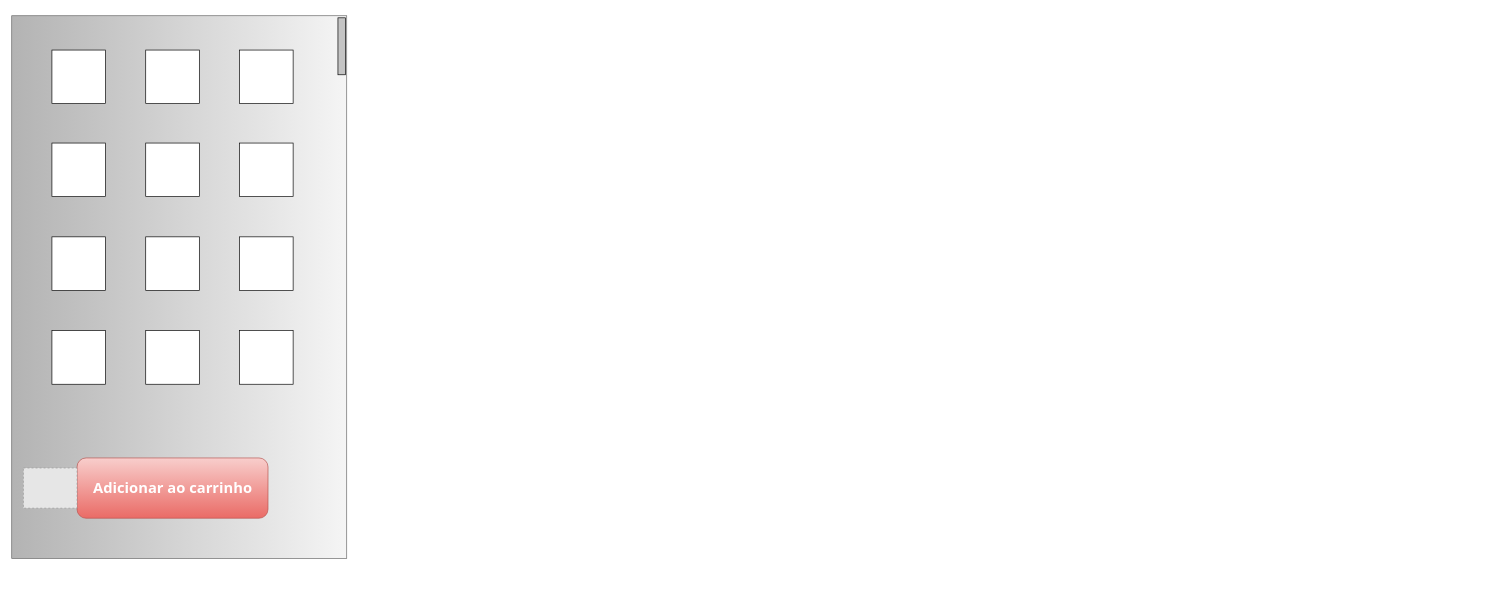
The draw.io diagram doc/COMPRA.drawio in H4KAIzin/Diagamas, before the edit. Source tidied: cells renumbered, new cells numbered last; positions are measured from the earlier drawing's top-left corner, leaving out a move shared by most shapes. Both pictures are drawn from the tidied source at 67%, with x=0, y=0 at pixel (-92, 42). Pictures stored in the file or linked from it are replaced by grey dashed boxes.
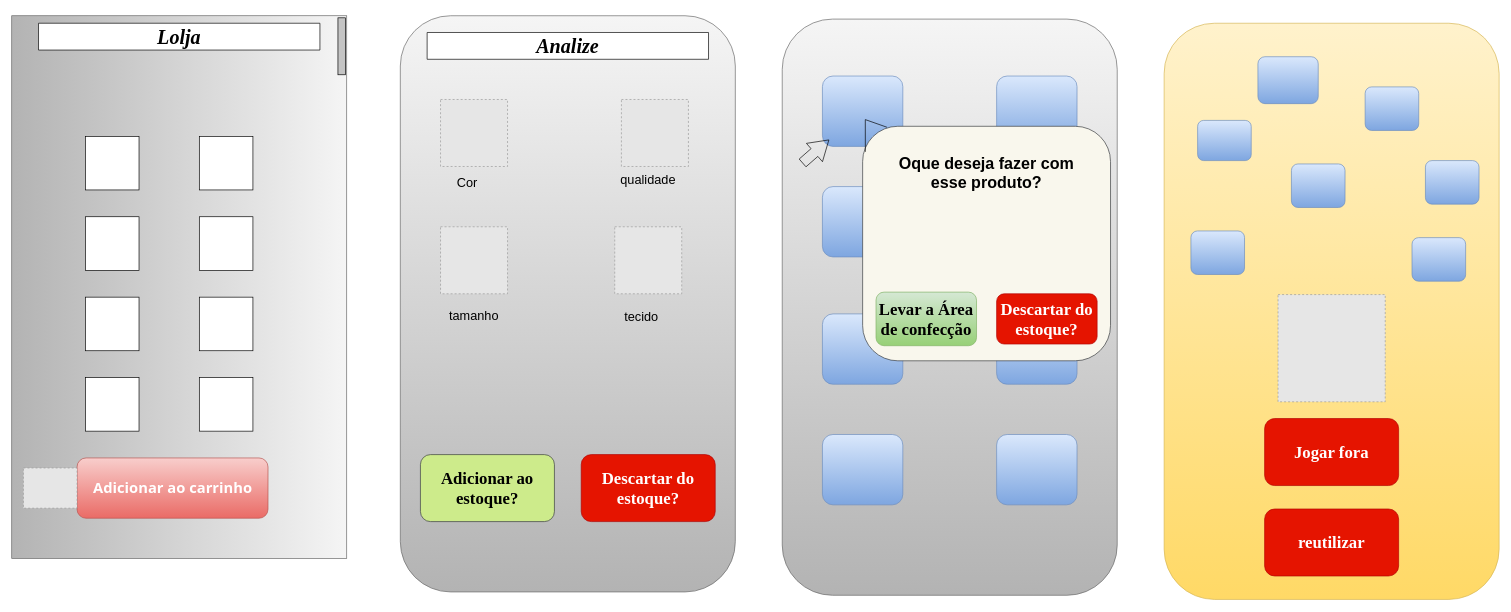
After the change.

Diff of the diagram source:
```diff
@@
     <mxCell id="4" style="whiteSpace=wrap;html=1;" parent="1" vertex="1">
-      <mxGeometry x="215" y="11.2" width="80" height="80" as="geometry" />
+      <mxGeometry x="265" y="140" width="80" height="80" as="geometry" />
     </mxCell>
     <mxCell id="5" style="whiteSpace=wrap;html=1;" parent="1" vertex="1">
-      <mxGeometry x="355" y="11.2" width="80" height="80" as="geometry" />
+      <mxGeometry x="435" y="140" width="80" height="80" as="geometry" />
     </mxCell>
-    <mxCell id="6" style="whiteSpace=wrap;html=1;" parent="1" vertex="1">
-      <mxGeometry x="495" y="11.2" width="80" height="80" as="geometry" />
-    </mxCell>
     <mxCell id="7" style="whiteSpace=wrap;html=1;" parent="1" vertex="1">
-      <mxGeometry x="215" y="150" width="80" height="80" as="geometry" />
+      <mxGeometry x="265" y="260" width="80" height="80" as="geometry" />
     </mxCell>
     <mxCell id="8" style="whiteSpace=wrap;html=1;" parent="1" vertex="1">
-      <mxGeometry x="355" y="150" width="80" height="80" as="geometry" />
+      <mxGeometry x="435" y="260" width="80" height="80" as="geometry" />
     </mxCell>
     <mxCell id="9" style="whiteSpace=wrap;html=1;" parent="1" vertex="1">
-      <mxGeometry x="355" y="430" width="80" height="80" as="geometry" />
+      <mxGeometry x="435" y="500" width="80" height="80" as="geometry" />
     </mxCell>
     <mxCell id="10" style="whiteSpace=wrap;html=1;" parent="1" vertex="1">
-      <mxGeometry x="215" y="430" width="80" height="80" as="geometry" />
+      <mxGeometry x="265" y="500" width="80" height="80" as="geometry" />
     </mxCell>
-    <mxCell id="11" style="whiteSpace=wrap;html=1;" parent="1" vertex="1">
-      <mxGeometry x="495" y="290" width="80" height="80" as="geometry" />
-    </mxCell>
     <mxCell id="12" style="whiteSpace=wrap;html=1;" parent="1" vertex="1">
-      <mxGeometry x="355" y="290" width="80" height="80" as="geometry" />
+      <mxGeometry x="435" y="380" width="80" height="80" as="geometry" />
     </mxCell>
     <mxCell id="13" style="whiteSpace=wrap;html=1;" parent="1" vertex="1">
-      <mxGeometry x="215" y="290" width="80" height="80" as="geometry" />
+      <mxGeometry x="265" y="380" width="80" height="80" as="geometry" />
     </mxCell>
-    <mxCell id="14" style="whiteSpace=wrap;html=1;" parent="1" vertex="1">
-      <mxGeometry x="495" y="150" width="80" height="80" as="geometry" />
-    </mxCell>
-    <mxCell id="15" style="whiteSpace=wrap;html=1;" parent="1" vertex="1">
-      <mxGeometry x="495" y="430" width="80" height="80" as="geometry" />
-    </mxCell>
@@
+    <mxCell id="18" style="rounded=1;whiteSpace=wrap;html=1;fillColor=#f5f5f5;gradientColor=#b3b3b3;strokeColor=#666666;" parent="1" vertex="1">
+      <mxGeometry x="735" y="-40" width="500" height="860" as="geometry" />
+    </mxCell>
+    <mxCell id="19" value="&lt;h1 style=&quot;font-size: 30px;&quot;&gt;&lt;font face=&quot;Times New Roman&quot;&gt;&lt;i&gt;Lolja&lt;/i&gt;&lt;/font&gt;&lt;/h1&gt;" style="swimlane;whiteSpace=wrap;html=1;startSize=40;" parent="1" vertex="1">
+      <mxGeometry x="195" y="-28.8" width="420" height="40" as="geometry" />
+    </mxCell>
+    <mxCell id="20" value="&lt;h1 style=&quot;font-size: 30px;&quot;&gt;&lt;font face=&quot;Times New Roman&quot;&gt;&lt;i&gt;Analize&lt;/i&gt;&lt;/font&gt;&lt;/h1&gt;" style="swimlane;whiteSpace=wrap;html=1;startSize=40;" parent="1" vertex="1">
+      <mxGeometry x="775" y="-15" width="420" height="40" as="geometry" />
+    </mxCell>
+    <mxCell id="21" style="fillColor=#E6E6E6;strokeColor=#999999;dashed=1;verticalLabelPosition=bottom;verticalAlign=top;" parent="1" vertex="1">
+      <mxGeometry x="795" y="85" width="100" height="100" as="geometry" />
+    </mxCell>
+    <mxCell id="22" style="fillColor=#E6E6E6;strokeColor=#999999;dashed=1;verticalLabelPosition=bottom;verticalAlign=top;" parent="1" vertex="1">
+      <mxGeometry x="795" y="275" width="100" height="100" as="geometry" />
+    </mxCell>
+    <mxCell id="23" style="fillColor=#E6E6E6;strokeColor=#999999;dashed=1;verticalLabelPosition=bottom;verticalAlign=top;" parent="1" vertex="1">
+      <mxGeometry x="1065" y="85" width="100" height="100" as="geometry" />
+    </mxCell>
+    <mxCell id="24" value="&lt;font style=&quot;font-size: 19px;&quot;&gt;Cor&lt;/font&gt;" style="text;html=1;align=center;verticalAlign=middle;whiteSpace=wrap;rounded=0;" parent="1" vertex="1">
+      <mxGeometry x="795" y="190" width="80" height="40" as="geometry" />
+    </mxCell>
+    <mxCell id="25" value="&lt;font style=&quot;font-size: 19px;&quot;&gt;qualidade&lt;/font&gt;" style="text;html=1;align=center;verticalAlign=middle;whiteSpace=wrap;rounded=0;" parent="1" vertex="1">
+      <mxGeometry x="1065" y="180" width="80" height="50" as="geometry" />
+    </mxCell>
+    <mxCell id="26" value="&lt;font style=&quot;font-size: 19px;&quot;&gt;tamanho&lt;/font&gt;" style="text;html=1;align=center;verticalAlign=middle;whiteSpace=wrap;rounded=0;" parent="1" vertex="1">
+      <mxGeometry x="810" y="385" width="70" height="45" as="geometry" />
+    </mxCell>
+    <mxCell id="27" value="&lt;h1&gt;&lt;font face=&quot;Times New Roman&quot; style=&quot;font-size: 25px;&quot;&gt;Adicionar ao estoque?&lt;/font&gt;&lt;/h1&gt;" style="rounded=1;whiteSpace=wrap;html=1;fillColor=#cdeb8b;strokeColor=#36393d;" parent="1" vertex="1">
+      <mxGeometry x="765" y="615" width="200" height="100" as="geometry" />
+    </mxCell>
+    <mxCell id="28" value="&lt;h1&gt;&lt;font face=&quot;Times New Roman&quot; style=&quot;font-size: 25px;&quot;&gt;Descartar do estoque?&lt;/font&gt;&lt;/h1&gt;" style="rounded=1;whiteSpace=wrap;html=1;fillColor=#e51400;fontColor=#ffffff;strokeColor=#B20000;" parent="1" vertex="1">
+      <mxGeometry x="1005" y="615" width="200" height="100" as="geometry" />
+    </mxCell>
+    <mxCell id="29" style="fillColor=#E6E6E6;strokeColor=#999999;dashed=1;verticalLabelPosition=bottom;verticalAlign=top;" parent="1" vertex="1">
+      <mxGeometry x="1055" y="275" width="100" height="100" as="geometry" />
+    </mxCell>
+    <mxCell id="30" value="&lt;font style=&quot;font-size: 19px;&quot;&gt;tecido&lt;/font&gt;" style="text;html=1;align=center;verticalAlign=middle;whiteSpace=wrap;rounded=0;" parent="1" vertex="1">
+      <mxGeometry x="1045" y="385" width="100" height="50" as="geometry" />
+    </mxCell>
+    <mxCell id="31" style="rounded=1;whiteSpace=wrap;html=1;fillColor=#f5f5f5;gradientColor=#b3b3b3;strokeColor=#666666;" parent="1" vertex="1">
+      <mxGeometry x="1305" y="-35" width="500" height="860" as="geometry" />
+    </mxCell>
+    <mxCell id="32" style="rounded=1;whiteSpace=wrap;html=1;fillColor=#dae8fc;gradientColor=#7ea6e0;strokeColor=#6c8ebf;" parent="1" vertex="1">
+      <mxGeometry x="1365" y="50" width="120" height="105" as="geometry" />
+    </mxCell>
+    <mxCell id="33" style="shape=flexArrow;endArrow=classic;html=1;rounded=0;width=15.384615384615383;endSize=9.200000000000001;" parent="1" edge="1">
+      <mxGeometry relative="1" as="geometry">
+        <mxPoint x="1335" y="180" as="sourcePoint" />
+        <mxPoint x="1375" y="145" as="targetPoint" />
+      </mxGeometry>
+    </mxCell>
+    <mxCell id="34" style="rounded=1;whiteSpace=wrap;html=1;fillColor=#dae8fc;gradientColor=#7ea6e0;strokeColor=#6c8ebf;" parent="1" vertex="1">
+      <mxGeometry x="1365" y="405" width="120" height="105" as="geometry" />
+    </mxCell>
+    <mxCell id="35" style="rounded=1;whiteSpace=wrap;html=1;fillColor=#dae8fc;gradientColor=#7ea6e0;strokeColor=#6c8ebf;" parent="1" vertex="1">
+      <mxGeometry x="1625" y="50" width="120" height="105" as="geometry" />
+    </mxCell>
+    <mxCell id="36" style="rounded=1;whiteSpace=wrap;html=1;fillColor=#dae8fc;gradientColor=#7ea6e0;strokeColor=#6c8ebf;" parent="1" vertex="1">
+      <mxGeometry x="1625" y="405" width="120" height="105" as="geometry" />
+    </mxCell>
+    <mxCell id="37" style="rounded=1;whiteSpace=wrap;html=1;fillColor=#dae8fc;gradientColor=#7ea6e0;strokeColor=#6c8ebf;" parent="1" vertex="1">
+      <mxGeometry x="1365" y="215" width="120" height="105" as="geometry" />
+    </mxCell>
+    <mxCell id="38" style="rounded=1;whiteSpace=wrap;html=1;fillColor=#dae8fc;gradientColor=#7ea6e0;strokeColor=#6c8ebf;" parent="1" vertex="1">
+      <mxGeometry x="1625" y="215" width="120" height="105" as="geometry" />
+    </mxCell>
+    <mxCell id="39" style="rounded=1;whiteSpace=wrap;html=1;fillColor=#dae8fc;gradientColor=#7ea6e0;strokeColor=#6c8ebf;" parent="1" vertex="1">
+      <mxGeometry x="1365" y="585" width="120" height="105" as="geometry" />
+    </mxCell>
+    <mxCell id="40" style="rounded=1;whiteSpace=wrap;html=1;fillColor=#dae8fc;gradientColor=#7ea6e0;strokeColor=#6c8ebf;" parent="1" vertex="1">
+      <mxGeometry x="1625" y="585" width="120" height="105" as="geometry" />
+    </mxCell>
+    <mxCell id="41" style="rounded=1;whiteSpace=wrap;html=1;fillColor=#f9f7ed;strokeColor=#36393d;" parent="1" vertex="1">
+      <mxGeometry x="1425" y="125" width="370" height="350" as="geometry" />
+    </mxCell>
+    <mxCell id="42" value="&lt;h1&gt;Oque deseja fazer com esse produto?&lt;/h1&gt;" style="text;html=1;align=center;verticalAlign=middle;whiteSpace=wrap;rounded=0;" parent="1" vertex="1">
+      <mxGeometry x="1455" y="160" width="310" height="70" as="geometry" />
+    </mxCell>
+    <mxCell id="43" value="&lt;h1&gt;&lt;font face=&quot;Times New Roman&quot; style=&quot;font-size: 25px;&quot;&gt;Descartar do estoque?&lt;/font&gt;&lt;/h1&gt;" style="rounded=1;whiteSpace=wrap;html=1;fillColor=#e51400;fontColor=#ffffff;strokeColor=#B20000;" parent="1" vertex="1">
+      <mxGeometry x="1625" y="375" width="150" height="75" as="geometry" />
+    </mxCell>
+    <mxCell id="44" value="&lt;h1&gt;&lt;font face=&quot;Times New Roman&quot;&gt;&lt;span style=&quot;font-size: 25px;&quot;&gt;Levar a Área de confecção&lt;/span&gt;&lt;/font&gt;&lt;/h1&gt;" style="rounded=1;whiteSpace=wrap;html=1;fillColor=#d5e8d4;strokeColor=#82b366;gradientColor=#97d077;" parent="1" vertex="1">
+      <mxGeometry x="1445" y="372.5" width="150" height="80" as="geometry" />
+    </mxCell>
+    <mxCell id="45" style="endArrow=none;html=1;rounded=0;entryX=0.098;entryY=0.004;entryDx=0;entryDy=0;entryPerimeter=0;exitX=0.011;exitY=0.109;exitDx=0;exitDy=0;exitPerimeter=0;" parent="1" edge="1" source="41" target="41">
+      <mxGeometry relative="1" as="geometry">
+        <Array as="points">
+          <mxPoint x="1429" y="115" />
+        </Array>
+      </mxGeometry>
+    </mxCell>
+    <mxCell id="46" style="rounded=1;whiteSpace=wrap;html=1;fillColor=#fff2cc;gradientColor=#ffd966;strokeColor=#d6b656;" parent="1" vertex="1">
+      <mxGeometry x="1875" y="-28.8" width="500" height="860" as="geometry" />
+    </mxCell>
+    <mxCell id="47" style="fillColor=#E6E6E6;strokeColor=#999999;dashed=1;verticalLabelPosition=bottom;verticalAlign=top;" parent="1" vertex="1">
+      <mxGeometry x="2045" y="376.2" width="160" height="160" as="geometry" />
+    </mxCell>
+    <mxCell id="48" value="&lt;h1&gt;&lt;font face=&quot;Times New Roman&quot;&gt;&lt;span style=&quot;font-size: 25px;&quot;&gt;Jogar fora&lt;/span&gt;&lt;/font&gt;&lt;/h1&gt;" style="rounded=1;whiteSpace=wrap;html=1;fillColor=#e51400;fontColor=#ffffff;strokeColor=#B20000;" parent="1" vertex="1">
+      <mxGeometry x="2025" y="561.2" width="200" height="100" as="geometry" />
+    </mxCell>
+    <mxCell id="49" value="&lt;h1&gt;&lt;font face=&quot;Times New Roman&quot;&gt;&lt;span style=&quot;font-size: 25px;&quot;&gt;reutilizar&lt;/span&gt;&lt;/font&gt;&lt;/h1&gt;" style="rounded=1;whiteSpace=wrap;html=1;fillColor=#e51400;fontColor=#ffffff;strokeColor=#B20000;" parent="1" vertex="1">
+      <mxGeometry x="2025" y="696.2" width="200" height="100" as="geometry" />
+    </mxCell>
+    <mxCell id="50" style="rounded=1;whiteSpace=wrap;html=1;fillColor=#dae8fc;gradientColor=#7ea6e0;strokeColor=#6c8ebf;" parent="1" vertex="1">
+      <mxGeometry x="1925" y="116.2" width="80" height="60" as="geometry" />
+    </mxCell>
+    <mxCell id="51" style="rounded=1;whiteSpace=wrap;html=1;fillColor=#dae8fc;gradientColor=#7ea6e0;strokeColor=#6c8ebf;" parent="1" vertex="1">
+      <mxGeometry x="2265" y="176.2" width="80" height="65" as="geometry" />
+    </mxCell>
+    <mxCell id="52" style="rounded=1;whiteSpace=wrap;html=1;fillColor=#dae8fc;gradientColor=#7ea6e0;strokeColor=#6c8ebf;" parent="1" vertex="1">
+      <mxGeometry x="2175" y="66.2" width="80" height="65" as="geometry" />
+    </mxCell>
+    <mxCell id="53" style="rounded=1;whiteSpace=wrap;html=1;fillColor=#dae8fc;gradientColor=#7ea6e0;strokeColor=#6c8ebf;" parent="1" vertex="1">
+      <mxGeometry x="2015" y="21.2" width="90" height="70" as="geometry" />
+    </mxCell>
+    <mxCell id="54" style="rounded=1;whiteSpace=wrap;html=1;fillColor=#dae8fc;gradientColor=#7ea6e0;strokeColor=#6c8ebf;" parent="1" vertex="1">
+      <mxGeometry x="1915" y="281.2" width="80" height="65" as="geometry" />
+    </mxCell>
+    <mxCell id="55" style="rounded=1;whiteSpace=wrap;html=1;fillColor=#dae8fc;gradientColor=#7ea6e0;strokeColor=#6c8ebf;" parent="1" vertex="1">
+      <mxGeometry x="2065" y="181.2" width="80" height="65" as="geometry" />
+    </mxCell>
+    <mxCell id="56" style="rounded=1;whiteSpace=wrap;html=1;fillColor=#dae8fc;gradientColor=#7ea6e0;strokeColor=#6c8ebf;" parent="1" vertex="1">
+      <mxGeometry x="2245" y="291.2" width="80" height="65" as="geometry" />
+    </mxCell>
```
